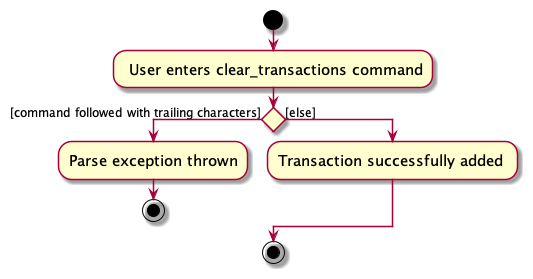
This is docs/images/unicash/diagrams/ClearTransactionsActivityDiagram.png from sp4ce-cowboy/tp, a PlantUML export, as it was before one commit. Source of this version:
```plantuml
@startuml

skin rose
skinparam ActivityFontSize 15
skinparam ArrowFontSize 12
start

: User enters clear_transactions command;

if () then ([command followed with trailing characters])
  :Parse exception thrown;
  stop

else ([else])
  :Transaction successfully added ;

endif

stop

@enduml
```
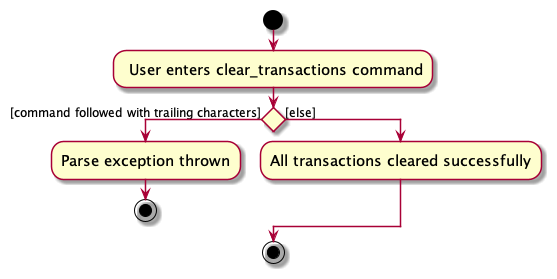
The same file after the commit.

Commit message:
Add Reset UniCash diagrams

Change to the diagram source:
```diff
@@ -12,7 +12,7 @@
   stop
 
 else ([else])
-  :Transaction successfully added ;
+  :All transactions cleared successfully;
 
 endif
 
```
